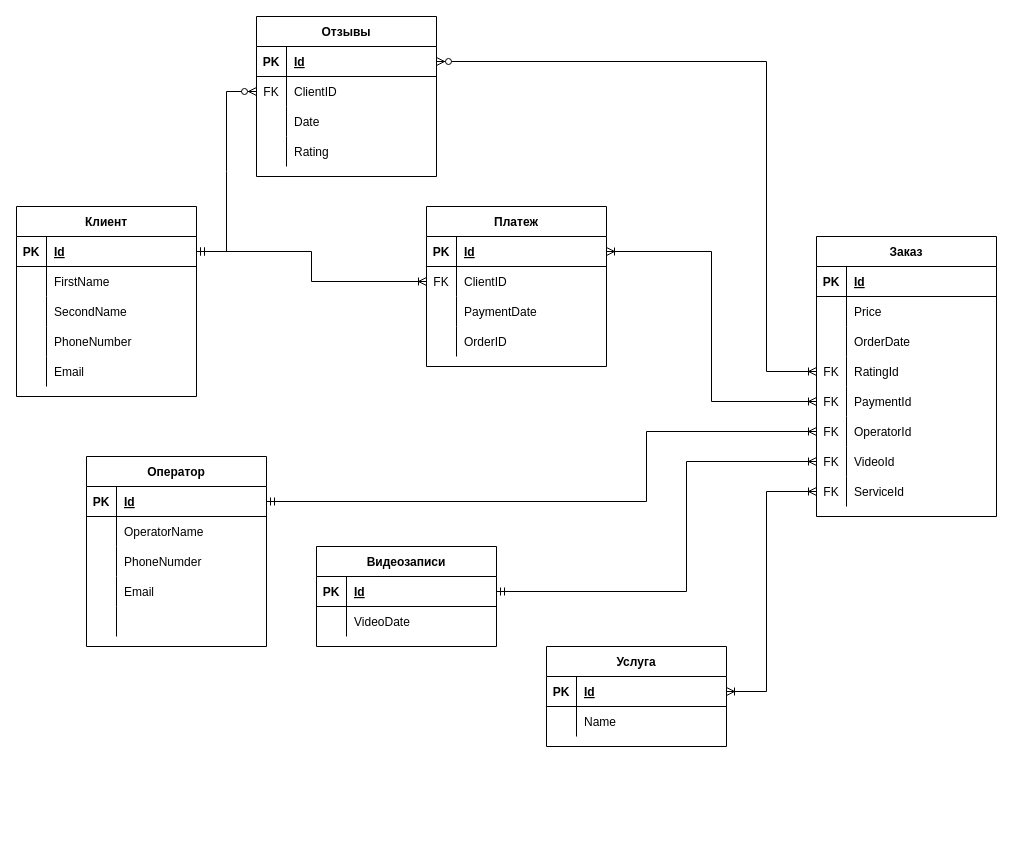
Before: page "ERD" (3 of 3) of Diagram_1.drawio in vitaliyepikhin/Automated-Car-Wash, a draw.io diagram. Source tidied: cells renumbered, new cells numbered last; positions are measured from the earlier drawing's top-left corner, leaving out a move shared by most shapes. Both pictures are drawn from the tidied source at 100%, with x=0, y=0 at pixel (16, 16).
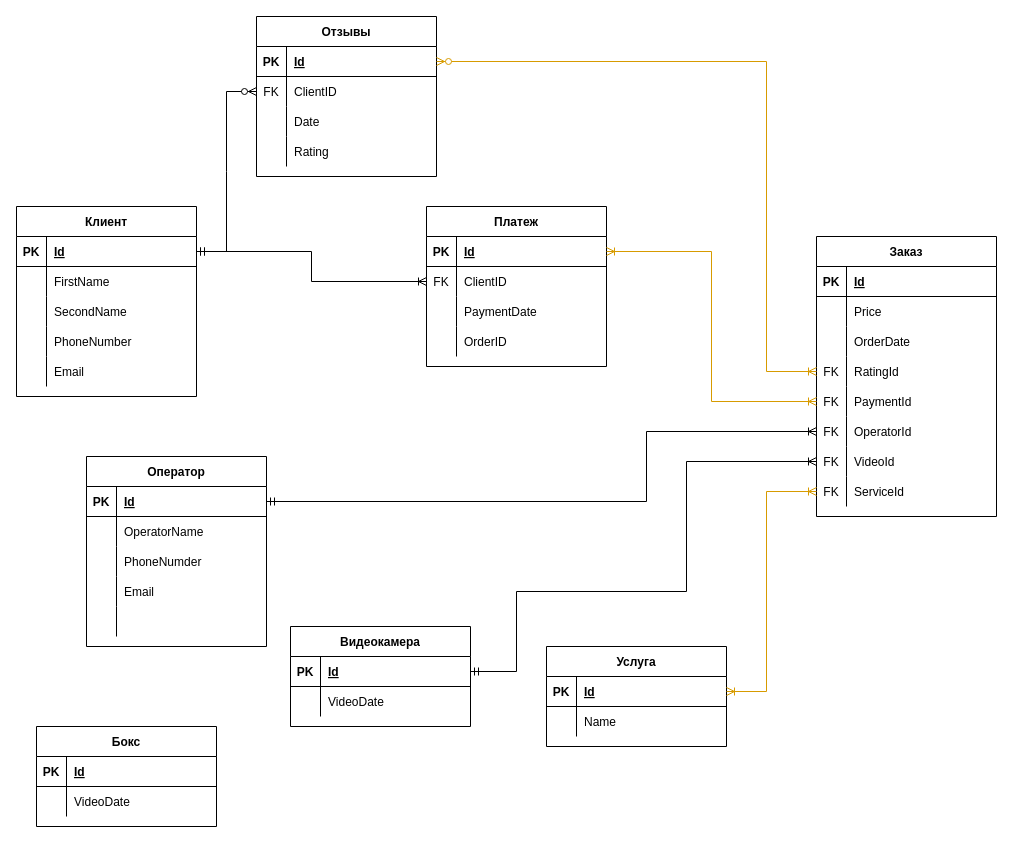
The same diagram, later.

The change refers to these unchanged cells:
```xml
<mxCell id="19" style="shape=partialRectangle;fillColor=none;top=0;left=0;bottom=1;right=0;points=[[0,0.5],[1,0.5]];portConstraint=eastwest;" parent="18" vertex="1">
  <mxGeometry y="30" width="180" height="30" as="geometry" />
</mxCell>
<mxCell id="57" style="shape=partialRectangle;fillColor=none;top=0;left=0;bottom=0;right=0;points=[[0,0.5],[1,0.5]];portConstraint=eastwest;" parent="47" vertex="1">
  <mxGeometry y="120" width="180" height="30" as="geometry" />
</mxCell>
<mxCell id="60" style="shape=partialRectangle;fillColor=none;top=0;left=0;bottom=0;right=0;points=[[0,0.5],[1,0.5]];portConstraint=eastwest;" parent="47" vertex="1">
  <mxGeometry y="150" width="180" height="30" as="geometry" />
</mxCell>
<mxCell id="66" style="shape=partialRectangle;fillColor=none;top=0;left=0;bottom=0;right=0;points=[[0,0.5],[1,0.5]];portConstraint=eastwest;" parent="47" vertex="1">
  <mxGeometry y="210" width="180" height="30" as="geometry" />
</mxCell>
<mxCell id="69" style="shape=partialRectangle;fillColor=none;top=0;left=0;bottom=0;right=0;points=[[0,0.5],[1,0.5]];portConstraint=eastwest;" parent="47" vertex="1">
  <mxGeometry y="240" width="180" height="30" as="geometry" />
</mxCell>
<mxCell id="73" style="shape=partialRectangle;fillColor=none;top=0;left=0;bottom=1;right=0;points=[[0,0.5],[1,0.5]];portConstraint=eastwest;" parent="72" vertex="1">
  <mxGeometry y="30" width="180" height="30" as="geometry" />
</mxCell>
<mxCell id="80" style="shape=partialRectangle;fillColor=none;top=0;left=0;bottom=1;right=0;points=[[0,0.5],[1,0.5]];portConstraint=eastwest;" parent="79" vertex="1">
  <mxGeometry y="30" width="180" height="30" as="geometry" />
</mxCell>
<mxCell id="92" style="shape=partialRectangle;fillColor=none;top=0;left=0;bottom=1;right=0;points=[[0,0.5],[1,0.5]];portConstraint=eastwest;" parent="91" vertex="1">
  <mxGeometry y="30" width="180" height="30" as="geometry" />
</mxCell>
```

The edit, as a diff of the source:
```diff
@@
-    <mxCell id="79" value="Видеозаписи" style="shape=table;startSize=30;childLayout=tableLayout;rowLines=0;fontStyle=1;align=center;" parent="1" vertex="1">
-      <mxGeometry x="300" y="530" width="180" height="100" as="geometry" />
+    <mxCell id="79" value="Видеокамера" style="shape=table;startSize=30;childLayout=tableLayout;rowLines=0;fontStyle=1;align=center;" parent="1" vertex="1">
+      <mxGeometry x="274" y="610" width="180" height="100" as="geometry" />
     </mxCell>
@@
     <mxCell id="88" style="edgeStyle=orthogonalEdgeStyle;fontSize=12;html=1;endArrow=ERoneToMany;startArrow=ERmandOne;rounded=0;entryX=0;entryY=0.5;entryDx=0;entryDy=0;exitX=1;exitY=0.5;exitDx=0;exitDy=0;" parent="1" edge="1" source="80" target="66">
       <mxGeometry relative="1" as="geometry">
         <Array as="points">
+          <mxPoint x="500" y="655" />
+          <mxPoint x="500" y="575" />
           <mxPoint x="670" y="575" />
           <mxPoint x="670" y="445" />
         </Array>
       </mxGeometry>
     </mxCell>
-    <mxCell id="89" style="edgeStyle=orthogonalEdgeStyle;fontSize=12;html=1;endArrow=ERoneToMany;startArrow=ERoneToMany;rounded=0;entryX=0;entryY=0.5;entryDx=0;entryDy=0;exitX=1;exitY=0.5;exitDx=0;exitDy=0;" parent="1" edge="1" source="19" target="60">
+    <mxCell id="89" style="edgeStyle=orthogonalEdgeStyle;fontSize=12;html=1;endArrow=ERoneToMany;startArrow=ERoneToMany;rounded=0;entryX=0;entryY=0.5;entryDx=0;entryDy=0;exitX=1;exitY=0.5;exitDx=0;exitDy=0;fillColor=#ffe6cc;strokeColor=#d79b00;" parent="1" edge="1" source="19" target="60">
       <mxGeometry relative="1" as="geometry" />
     </mxCell>
-    <mxCell id="90" style="edgeStyle=orthogonalEdgeStyle;fontSize=12;html=1;endArrow=ERoneToMany;startArrow=ERoneToMany;rounded=0;exitX=1;exitY=0.5;exitDx=0;exitDy=0;entryX=0;entryY=0.5;entryDx=0;entryDy=0;" parent="1" edge="1" source="73" target="69">
+    <mxCell id="90" style="edgeStyle=orthogonalEdgeStyle;fontSize=12;html=1;endArrow=ERoneToMany;startArrow=ERoneToMany;rounded=0;exitX=1;exitY=0.5;exitDx=0;exitDy=0;entryX=0;entryY=0.5;entryDx=0;entryDy=0;fillColor=#ffe6cc;strokeColor=#d79b00;" parent="1" edge="1" source="73" target="69">
       <mxGeometry relative="1" as="geometry">
         <Array as="points">
           <mxPoint x="750" y="675" />
           <mxPoint x="750" y="475" />
         </Array>
       </mxGeometry>
     </mxCell>
@@
-    <mxCell id="104" style="edgeStyle=orthogonalEdgeStyle;fontSize=12;html=1;endArrow=ERoneToMany;startArrow=ERzeroToMany;rounded=0;exitX=1;exitY=0.5;exitDx=0;exitDy=0;entryX=0;entryY=0.5;entryDx=0;entryDy=0;" parent="1" edge="1" source="92" target="57">
+    <mxCell id="104" style="edgeStyle=orthogonalEdgeStyle;fontSize=12;html=1;endArrow=ERoneToMany;startArrow=ERzeroToMany;rounded=0;exitX=1;exitY=0.5;exitDx=0;exitDy=0;entryX=0;entryY=0.5;entryDx=0;entryDy=0;fillColor=#ffe6cc;strokeColor=#d79b00;" parent="1" edge="1" source="92" target="57">
       <mxGeometry relative="1" as="geometry">
         <Array as="points">
           <mxPoint x="750" y="45" />
           <mxPoint x="750" y="355" />
         </Array>
       </mxGeometry>
     </mxCell>
@@
+    <mxCell id="106" value="Бокс" style="shape=table;startSize=30;childLayout=tableLayout;rowLines=0;fontStyle=1;align=center;" parent="1" vertex="1">
+      <mxGeometry x="20" y="710" width="180" height="100" as="geometry" />
+    </mxCell>
+    <mxCell id="107" style="shape=partialRectangle;fillColor=none;top=0;left=0;bottom=1;right=0;" parent="106" vertex="1">
+      <mxGeometry y="30" width="180" height="30" as="geometry" />
+    </mxCell>
+    <mxCell id="108" value="PK" style="shape=partialRectangle;fillColor=none;top=0;left=0;bottom=0;right=0;fontStyle=1;overflow=hidden;" parent="107" vertex="1">
+      <mxGeometry width="30" height="30" as="geometry" />
+    </mxCell>
+    <mxCell id="109" value="Id" style="shape=partialRectangle;fillColor=none;top=0;left=0;bottom=0;right=0;align=left;spacingLeft=6;fontStyle=5;overflow=hidden;" parent="107" vertex="1">
+      <mxGeometry x="30" width="150" height="30" as="geometry" />
+    </mxCell>
+    <mxCell id="110" style="shape=partialRectangle;fillColor=none;top=0;left=0;bottom=0;right=0;" parent="106" vertex="1">
+      <mxGeometry y="60" width="180" height="30" as="geometry" />
+    </mxCell>
+    <mxCell id="111" style="shape=partialRectangle;fillColor=none;top=0;left=0;bottom=0;right=0;overflow=hidden;" parent="110" vertex="1">
+      <mxGeometry width="30" height="30" as="geometry" />
+    </mxCell>
+    <mxCell id="112" value="VideoDate" style="shape=partialRectangle;fillColor=none;top=0;left=0;bottom=0;right=0;align=left;spacingLeft=6;overflow=hidden;" parent="110" vertex="1">
+      <mxGeometry x="30" width="150" height="30" as="geometry" />
+    </mxCell>
```
